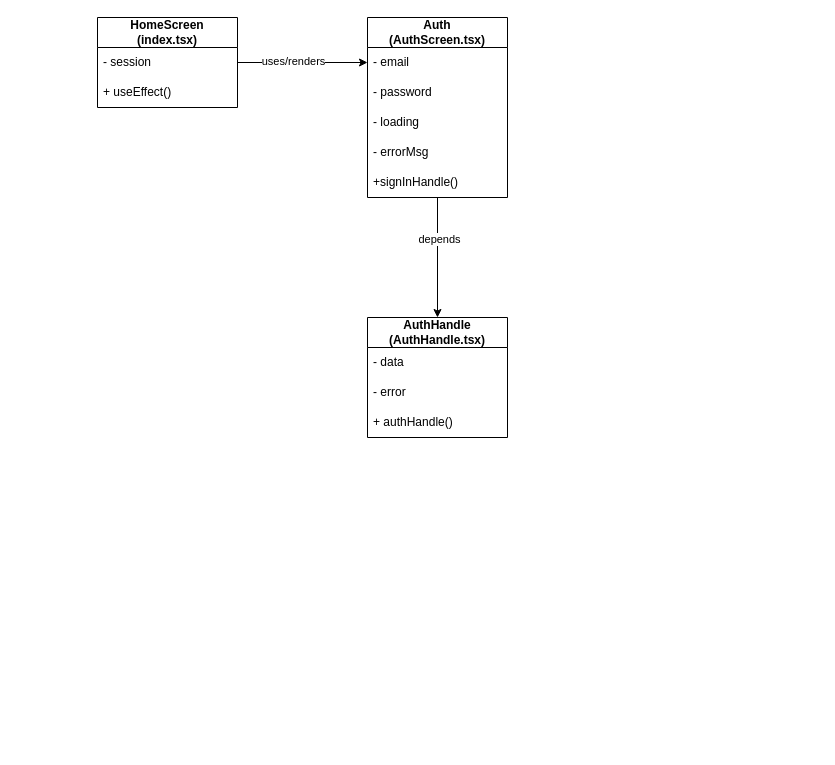
Earlier version of the draw.io diagram page "UML Class Diagram" (1 of 2) of Class_Diagram_Web.drawio (khanhsaan/SharedTimer_v1). Source tidied: cells renumbered, new cells numbered last; positions are measured from the earlier drawing's top-left corner, leaving out a move shared by most shapes. Both pictures are drawn from the tidied source at 100%, with x=0, y=0 at pixel (97, 17).
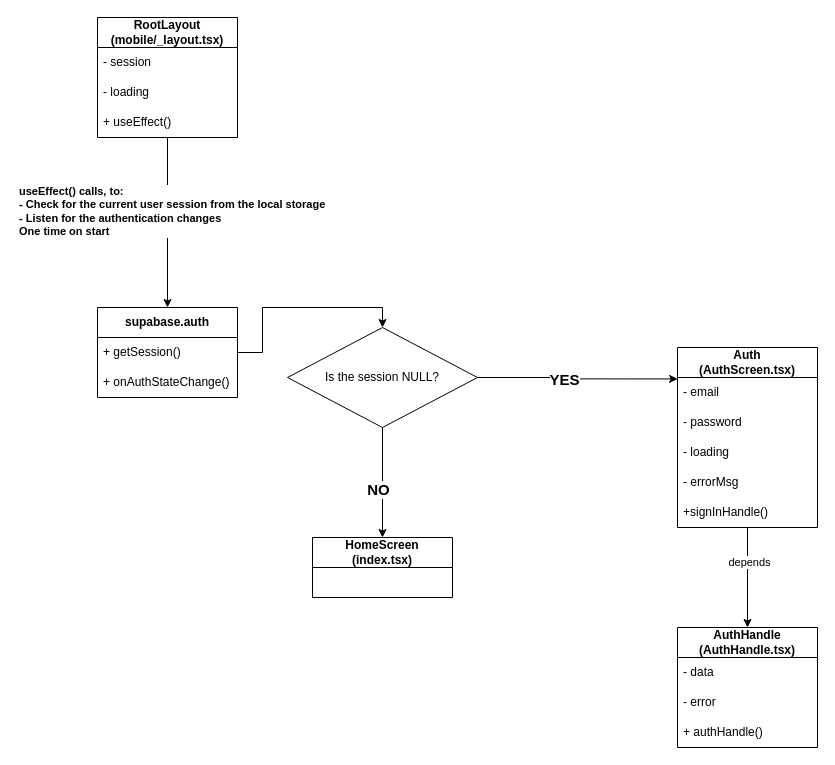
After the change.

Unchanged cells that the change refers to:
```xml
<mxCell id="3" value="- session" style="text;strokeColor=none;fillColor=none;align=left;verticalAlign=middle;spacingLeft=4;spacingRight=4;overflow=hidden;points=[[0,0.5],[1,0.5]];portConstraint=eastwest;whiteSpace=wrap;html=1;" parent="2" vertex="1">
  <mxGeometry y="30" width="140" height="30" as="geometry" />
</mxCell>
<mxCell id="8" value="- email" style="text;strokeColor=none;fillColor=none;align=left;verticalAlign=middle;spacingLeft=4;spacingRight=4;overflow=hidden;points=[[0,0.5],[1,0.5]];portConstraint=eastwest;whiteSpace=wrap;html=1;" parent="7" vertex="1">
  <mxGeometry y="30" width="140" height="30" as="geometry" />
</mxCell>
```

Change to the diagram source:
```diff
@@
+    <mxCell id="19" style="edgeStyle=orthogonalEdgeStyle;rounded=0;jettySize=auto;html=1;" parent="1" edge="1" source="2" target="23">
+      <mxGeometry relative="1" as="geometry" />
+    </mxCell>
+    <mxCell id="20" value="&lt;b&gt;useEffect() calls, to:&lt;/b&gt;&lt;div&gt;&lt;b&gt;- Check for the current user session from the local storage&lt;/b&gt;&lt;/div&gt;&lt;div&gt;&lt;b&gt;- Listen for the authentication changes&lt;/b&gt;&lt;/div&gt;&lt;div&gt;&lt;b&gt;One time on start&lt;/b&gt;&lt;/div&gt;" style="edgeLabel;html=1;align=left;verticalAlign=middle;" parent="19" vertex="1">
+      <mxGeometry x="-0.13" y="-2" relative="1" as="geometry">
+        <mxPoint x="-148" y="-1" as="offset" />
+      </mxGeometry>
+    </mxCell>
-    <mxCell id="2" value="HomeScreen&lt;div&gt;(index.tsx)&lt;/div&gt;" style="swimlane;fontStyle=1;horizontal=1;startSize=30;whiteSpace=wrap;html=1;" parent="1" vertex="1">
-      <mxGeometry width="140" height="90" as="geometry" />
+    <mxCell id="2" value="RootLayout&lt;div&gt;(mobile/_layout.tsx)&lt;/div&gt;" style="swimlane;fontStyle=1;horizontal=1;startSize=30;whiteSpace=wrap;html=1;" parent="1" vertex="1">
+      <mxGeometry width="140" height="120" as="geometry" />
     </mxCell>
@@
-    <mxCell id="4" value="+ useEffect()" style="text;strokeColor=none;fillColor=none;align=left;verticalAlign=middle;spacingLeft=4;spacingRight=4;overflow=hidden;whiteSpace=wrap;html=1;" parent="2" vertex="1">
+    <mxCell id="4" value="- loading" style="text;strokeColor=none;fillColor=none;align=left;verticalAlign=middle;spacingLeft=4;spacingRight=4;overflow=hidden;whiteSpace=wrap;html=1;" parent="2" vertex="1">
       <mxGeometry y="60" width="140" height="30" as="geometry" />
     </mxCell>
+    <mxCell id="21" value="+ useEffect()" style="text;strokeColor=none;fillColor=none;align=left;verticalAlign=middle;spacingLeft=4;spacingRight=4;overflow=hidden;whiteSpace=wrap;html=1;" parent="2" vertex="1">
+      <mxGeometry y="90" width="140" height="30" as="geometry" />
+    </mxCell>
@@
     <mxCell id="7" value="Auth&lt;div&gt;(AuthScreen.tsx)&lt;/div&gt;" style="swimlane;fontStyle=1;horizontal=1;startSize=30;whiteSpace=wrap;html=1;" parent="1" vertex="1">
-      <mxGeometry x="270" width="140" height="180" as="geometry" />
+      <mxGeometry x="580" y="330" width="140" height="180" as="geometry" />
     </mxCell>
@@
-    <mxCell id="13" style="edgeStyle=orthogonalEdgeStyle;rounded=0;jettySize=auto;html=1;entryX=0;entryY=0.5;entryDx=0;entryDy=0;" parent="1" edge="1" source="3" target="8">
-      <mxGeometry relative="1" as="geometry" />
-    </mxCell>
-    <mxCell id="14" value="uses/renders" style="edgeLabel;html=1;align=center;verticalAlign=middle;" parent="13" vertex="1">
-      <mxGeometry x="-0.16" y="2" relative="1" as="geometry" />
-    </mxCell>
     <mxCell id="15" value="AuthHandle&lt;div&gt;(AuthHandle.tsx)&lt;/div&gt;" style="swimlane;fontStyle=1;horizontal=1;startSize=30;whiteSpace=wrap;html=1;" parent="1" vertex="1">
-      <mxGeometry x="270" y="300" width="140" height="120" as="geometry" />
+      <mxGeometry x="580" y="610" width="140" height="120" as="geometry" />
     </mxCell>
@@
+    <mxCell id="22" style="edgeStyle=orthogonalEdgeStyle;rounded=0;jettySize=auto;html=1;entryX=0.5;entryY=0;entryDx=0;entryDy=0;" parent="1" edge="1" source="23" target="28">
+      <mxGeometry relative="1" as="geometry" />
+    </mxCell>
+    <mxCell id="23" value="supabase.auth" style="swimlane;fontStyle=1;horizontal=1;startSize=30;whiteSpace=wrap;html=1;" parent="1" vertex="1">
+      <mxGeometry y="290" width="140" height="90" as="geometry" />
+    </mxCell>
+    <mxCell id="24" value="+ getSession()" style="text;strokeColor=none;fillColor=none;align=left;verticalAlign=middle;spacingLeft=4;spacingRight=4;overflow=hidden;whiteSpace=wrap;html=1;" parent="23" vertex="1">
+      <mxGeometry y="30" width="140" height="30" as="geometry" />
+    </mxCell>
+    <mxCell id="25" value="+ onAuthStateChange()" style="text;strokeColor=none;fillColor=none;align=left;verticalAlign=middle;spacingLeft=4;spacingRight=4;overflow=hidden;whiteSpace=wrap;html=1;" parent="23" vertex="1">
+      <mxGeometry y="60" width="140" height="30" as="geometry" />
+    </mxCell>
+    <mxCell id="26" style="edgeStyle=orthogonalEdgeStyle;rounded=0;jettySize=auto;html=1;entryX=0.5;entryY=0;entryDx=0;entryDy=0;" parent="1" edge="1" source="28" target="31">
+      <mxGeometry relative="1" as="geometry" />
+    </mxCell>
+    <mxCell id="27" value="NO" style="edgeLabel;html=1;align=center;verticalAlign=middle;fontStyle=1;fontSize=15;" parent="26" vertex="1">
+      <mxGeometry x="0.11" y="-5" relative="1" as="geometry" />
+    </mxCell>
+    <mxCell id="28" value="Is the session NULL?" style="rhombus;whiteSpace=wrap;html=1;" parent="1" vertex="1">
+      <mxGeometry x="190" y="310" width="190" height="100" as="geometry" />
+    </mxCell>
+    <mxCell id="29" style="edgeStyle=orthogonalEdgeStyle;rounded=0;jettySize=auto;html=1;entryX=0.001;entryY=0.047;entryDx=0;entryDy=0;entryPerimeter=0;" parent="1" edge="1" source="28" target="8">
+      <mxGeometry relative="1" as="geometry">
+        <Array as="points">
+          <mxPoint x="480" y="360" />
+          <mxPoint x="480" y="361" />
+        </Array>
+      </mxGeometry>
+    </mxCell>
+    <mxCell id="30" value="YES" style="edgeLabel;html=1;align=center;verticalAlign=middle;fontStyle=1;fontSize=15;" parent="29" vertex="1">
+      <mxGeometry x="-0.15" y="-1" relative="1" as="geometry" />
+    </mxCell>
+    <mxCell id="31" value="HomeScreen&lt;br&gt;&lt;div&gt;(index.tsx)&lt;/div&gt;" style="swimlane;fontStyle=1;horizontal=1;startSize=30;whiteSpace=wrap;html=1;" parent="1" vertex="1">
+      <mxGeometry x="215" y="520" width="140" height="60" as="geometry" />
+    </mxCell>
```
